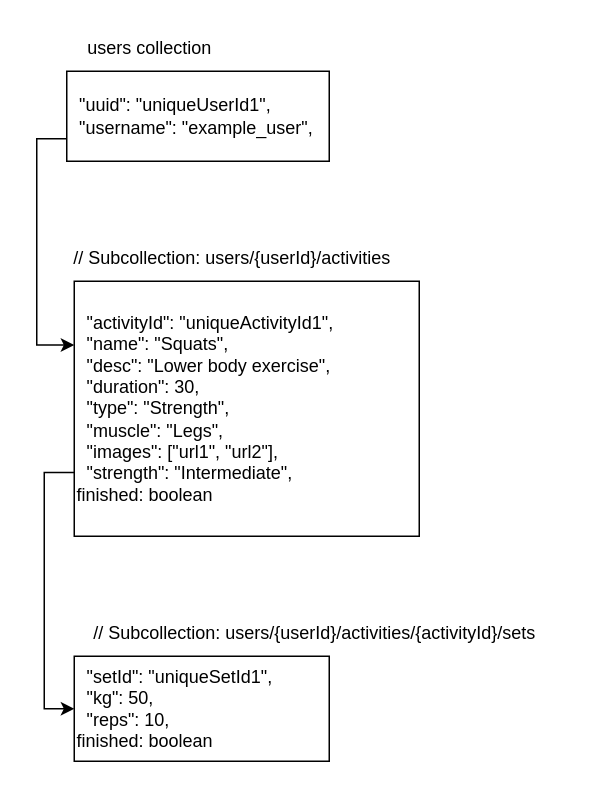
Before: public/db specs.drawio in Ebrahim-Ramadan/myfitrainer-app, a draw.io diagram. Source tidied: cells renumbered, new cells numbered last; positions are measured from the earlier drawing's top-left corner, leaving out a move shared by most shapes. Both pictures are drawn from the tidied source at 150%, with x=0, y=0 at pixel (58, 26).
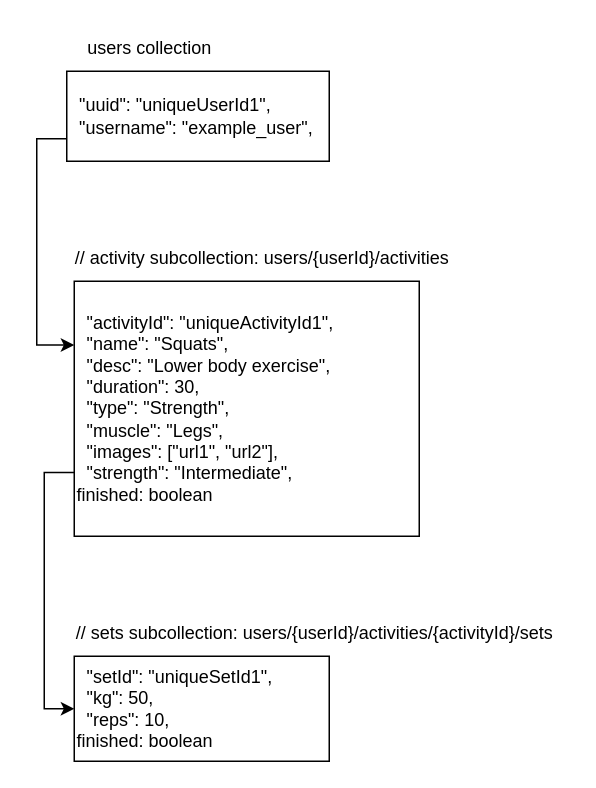
The same diagram, later.

What changed in the source:
```diff
@@
 <mxGraphModel>
   <root>
     <mxCell id="0" />
     <mxCell id="1" parent="0" />
     <mxCell id="2" style="edgeStyle=orthogonalEdgeStyle;rounded=0;jettySize=auto;html=1;entryX=0;entryY=0.25;entryDx=0;entryDy=0;exitX=0;exitY=0.75;exitDx=0;exitDy=0;" parent="1" edge="1" source="3" target="6">
       <mxGeometry relative="1" as="geometry" />
     </mxCell>
     <mxCell id="3" value="&lt;div&gt;&lt;br&gt;&lt;/div&gt;&lt;div&gt;&amp;nbsp; &quot;uuid&quot;: &quot;uniqueUserId1&quot;,&lt;/div&gt;&lt;div&gt;&amp;nbsp; &quot;username&quot;: &quot;example_user&quot;,&lt;/div&gt;&lt;div&gt;&lt;br&gt;&lt;/div&gt;" style="rounded=0;whiteSpace=wrap;html=1;align=left;" parent="1" vertex="1">
       <mxGeometry x="5" y="30" width="175" height="60" as="geometry" />
     </mxCell>
     <mxCell id="4" value="users collection" style="text;html=1;align=center;verticalAlign=middle;strokeColor=none;fillColor=none;" parent="1" vertex="1">
       <mxGeometry x="5" width="110" height="30" as="geometry" />
     </mxCell>
     <mxCell id="5" style="edgeStyle=orthogonalEdgeStyle;rounded=0;jettySize=auto;html=1;entryX=0;entryY=0.5;entryDx=0;entryDy=0;exitX=0;exitY=0.75;exitDx=0;exitDy=0;" parent="1" edge="1" source="6" target="8">
       <mxGeometry relative="1" as="geometry" />
     </mxCell>
     <mxCell id="6" value="&lt;div&gt;&amp;nbsp; &quot;activityId&quot;: &quot;uniqueActivityId1&quot;,&lt;/div&gt;&lt;div&gt;&amp;nbsp; &quot;name&quot;: &quot;Squats&quot;,&lt;/div&gt;&lt;div&gt;&amp;nbsp; &quot;desc&quot;: &quot;Lower body exercise&quot;,&lt;/div&gt;&lt;div&gt;&amp;nbsp; &quot;duration&quot;: 30,&lt;/div&gt;&lt;div&gt;&amp;nbsp; &quot;type&quot;: &quot;Strength&quot;,&lt;/div&gt;&lt;div&gt;&amp;nbsp; &quot;muscle&quot;: &quot;Legs&quot;,&lt;/div&gt;&lt;div&gt;&amp;nbsp; &quot;images&quot;: [&quot;url1&quot;, &quot;url2&quot;],&lt;/div&gt;&lt;div&gt;&amp;nbsp; &quot;strength&quot;: &quot;Intermediate&quot;,&lt;/div&gt;&lt;div&gt;finished: boolean&lt;/div&gt;" style="rounded=0;whiteSpace=wrap;html=1;align=left;" parent="1" vertex="1">
       <mxGeometry x="10" y="170" width="230" height="170" as="geometry" />
     </mxCell>
-    <mxCell id="7" value="// Subcollection: users/{userId}/activities" style="text;html=1;align=center;verticalAlign=middle;strokeColor=none;fillColor=none;" parent="1" vertex="1">
-      <mxGeometry y="140" width="230" height="30" as="geometry" />
+    <mxCell id="7" value="// activity subcollection: users/{userId}/activities" style="text;html=1;align=center;verticalAlign=middle;strokeColor=none;fillColor=none;" parent="1" vertex="1">
+      <mxGeometry y="140" width="270" height="30" as="geometry" />
     </mxCell>
     <mxCell id="8" value="&lt;div&gt;&amp;nbsp; &quot;setId&quot;: &quot;uniqueSetId1&quot;,&lt;/div&gt;&lt;div&gt;&amp;nbsp; &quot;kg&quot;: 50,&lt;/div&gt;&lt;div&gt;&amp;nbsp; &quot;reps&quot;: 10,&amp;nbsp;&lt;/div&gt;&lt;div style=&quot;&quot;&gt;finished: boolean&lt;/div&gt;" style="rounded=0;whiteSpace=wrap;html=1;align=left;" parent="1" vertex="1">
       <mxGeometry x="10" y="420" width="170" height="70" as="geometry" />
     </mxCell>
-    <mxCell id="9" value="// Subcollection: users/{userId}/activities/{activityId}/sets" style="text;html=1;align=center;verticalAlign=middle;strokeColor=none;fillColor=none;" parent="1" vertex="1">
-      <mxGeometry x="10" y="390" width="320" height="30" as="geometry" />
+    <mxCell id="9" value="// sets subcollection: users/{userId}/activities/{activityId}/sets" style="text;html=1;align=center;verticalAlign=middle;strokeColor=none;fillColor=none;" parent="1" vertex="1">
+      <mxGeometry y="390" width="340" height="30" as="geometry" />
     </mxCell>
   </root>
 </mxGraphModel>
```
